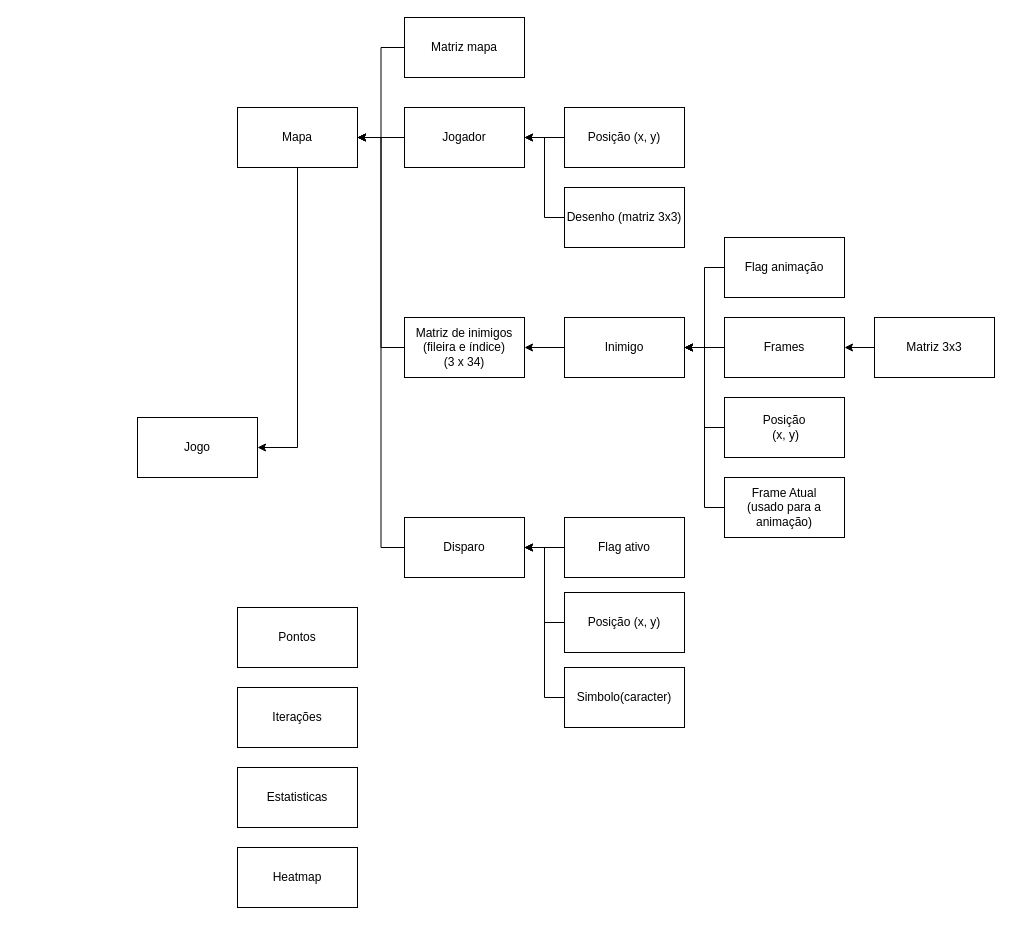
Earlier version of the draw.io diagram implementacao/Diagrama de planejamento.drawio (vitorsoprani/trabalho_prog1). Source tidied: cells renumbered, new cells numbered last; positions are measured from the earlier drawing's top-left corner, leaving out a move shared by most shapes. Both pictures are drawn from the tidied source at 100%, with x=0, y=0 at pixel (137, 17).
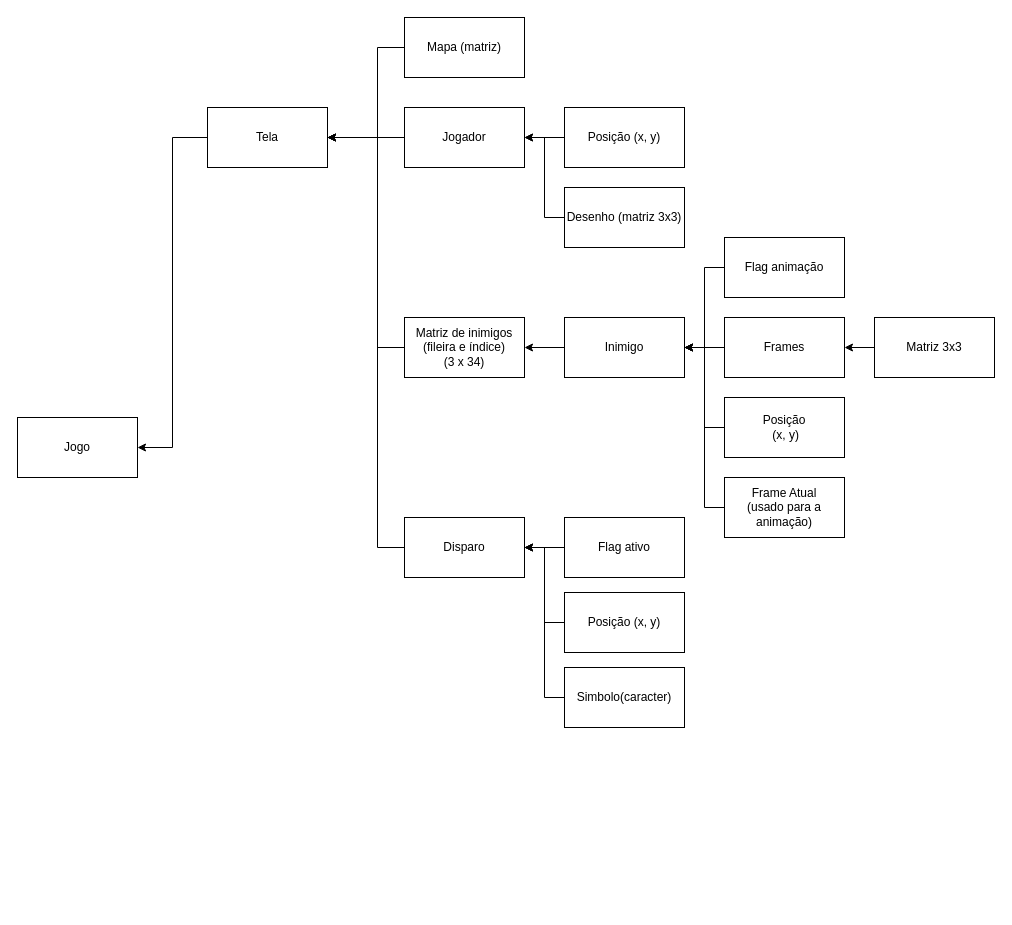
The same diagram, later.

The change refers to these unchanged cells:
```xml
<mxCell id="24" value="&lt;div&gt;Matriz de inimigos (fileira e índice)&lt;/div&gt;&lt;div&gt;(3 x 34)&lt;br&gt;&lt;/div&gt;" style="whiteSpace=wrap;html=1;" parent="1" vertex="1">
  <mxGeometry x="267" y="300" width="120" height="60" as="geometry" />
</mxCell>
<mxCell id="32" value="&lt;div&gt;Disparo&lt;/div&gt;" style="whiteSpace=wrap;html=1;" parent="1" vertex="1">
  <mxGeometry x="267" y="500" width="120" height="60" as="geometry" />
</mxCell>
```

The edit, as a diff of the source:
```diff
@@
     <mxCell id="2" value="Jogo" style="rounded=0;whiteSpace=wrap;html=1;" parent="1" vertex="1">
-      <mxGeometry y="400" width="120" height="60" as="geometry" />
+      <mxGeometry x="-120" y="400" width="120" height="60" as="geometry" />
     </mxCell>
@@
-    <mxCell id="4" value="Mapa" style="rounded=0;whiteSpace=wrap;html=1;" parent="1" vertex="1">
-      <mxGeometry x="100" y="90" width="120" height="60" as="geometry" />
+    <mxCell id="4" value="Tela" style="rounded=0;whiteSpace=wrap;html=1;" parent="1" vertex="1">
+      <mxGeometry x="70" y="90" width="120" height="60" as="geometry" />
     </mxCell>
-    <mxCell id="5" value="Pontos" style="rounded=0;whiteSpace=wrap;html=1;" parent="1" vertex="1">
-      <mxGeometry x="100" y="590" width="120" height="60" as="geometry" />
-    </mxCell>
-    <mxCell id="6" value="Iterações" style="rounded=0;whiteSpace=wrap;html=1;" parent="1" vertex="1">
-      <mxGeometry x="100" y="670" width="120" height="60" as="geometry" />
-    </mxCell>
@@
-    <mxCell id="9" value="Estatisticas" style="rounded=0;whiteSpace=wrap;html=1;" parent="1" vertex="1">
-      <mxGeometry x="100" y="750" width="120" height="60" as="geometry" />
-    </mxCell>
-    <mxCell id="10" value="Heatmap" style="rounded=0;whiteSpace=wrap;html=1;" parent="1" vertex="1">
-      <mxGeometry x="100" y="830" width="120" height="60" as="geometry" />
-    </mxCell>
     <mxCell id="11" style="edgeStyle=orthogonalEdgeStyle;rounded=0;jettySize=auto;html=1;entryX=1;entryY=0.5;entryDx=0;entryDy=0;" parent="1" edge="1" source="12" target="4">
-      <mxGeometry relative="1" as="geometry" />
+      <mxGeometry relative="1" as="geometry">
+        <Array as="points">
+          <mxPoint x="240" y="30" />
+          <mxPoint x="240" y="120" />
+        </Array>
+      </mxGeometry>
     </mxCell>
-    <mxCell id="12" value="Matriz mapa" style="rounded=0;whiteSpace=wrap;html=1;" parent="1" vertex="1">
+    <mxCell id="12" value="Mapa (matriz)" style="rounded=0;whiteSpace=wrap;html=1;" parent="1" vertex="1">
       <mxGeometry x="267" width="120" height="60" as="geometry" />
     </mxCell>
@@
     <mxCell id="23" style="edgeStyle=orthogonalEdgeStyle;rounded=0;jettySize=auto;html=1;entryX=1;entryY=0.5;entryDx=0;entryDy=0;" parent="1" edge="1" source="24" target="4">
-      <mxGeometry relative="1" as="geometry" />
+      <mxGeometry relative="1" as="geometry">
+        <Array as="points">
+          <mxPoint x="240" y="330" />
+          <mxPoint x="240" y="120" />
+        </Array>
+      </mxGeometry>
     </mxCell>
@@
     <mxCell id="31" style="edgeStyle=orthogonalEdgeStyle;rounded=0;jettySize=auto;html=1;entryX=1;entryY=0.5;entryDx=0;entryDy=0;" parent="1" edge="1" source="32" target="4">
-      <mxGeometry relative="1" as="geometry" />
+      <mxGeometry relative="1" as="geometry">
+        <Array as="points">
+          <mxPoint x="240" y="530" />
+          <mxPoint x="240" y="120" />
+        </Array>
+      </mxGeometry>
     </mxCell>
```
